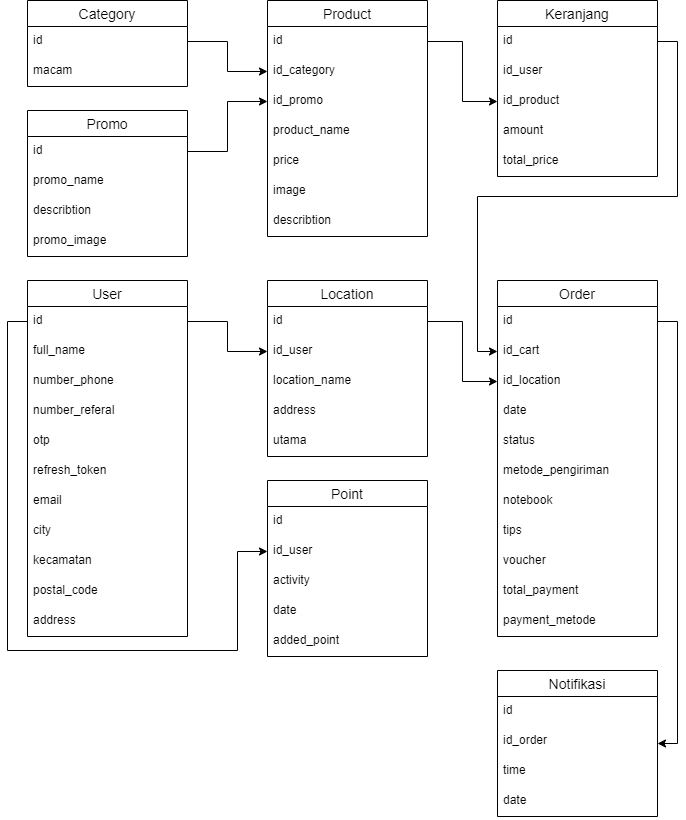
Above: ERD Lengkap.png in Yayan-SRA/Tugas01_Azuralabs (draw.io), before the change. Source tidied: cells renumbered, new cells last; positions are measured from the earlier drawing's top-left corner, leaving out a move shared by most shapes.
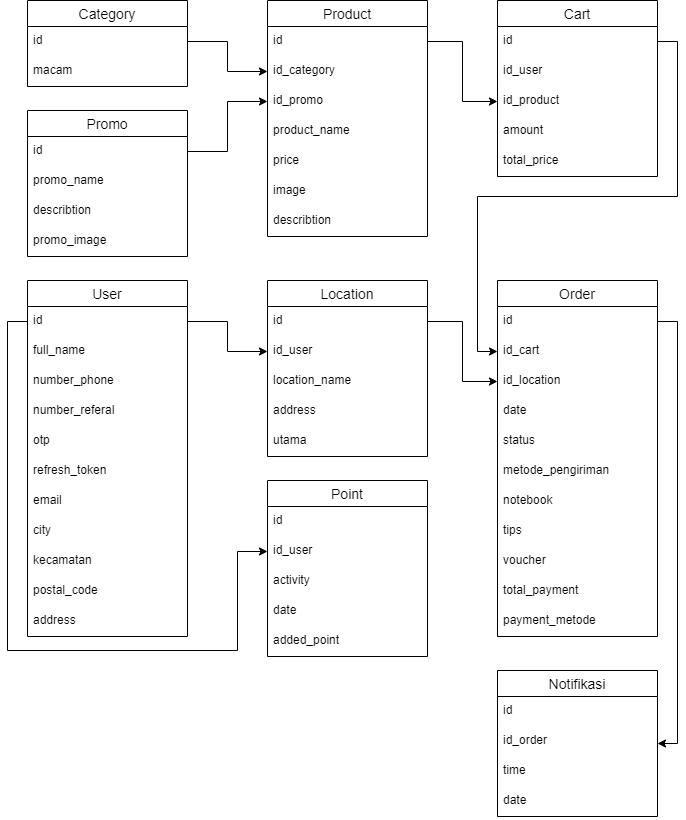
After the commit.

Diff of the diagram source:
```diff
@@ -95,7 +95,7 @@
     <mxCell id="32" style="edgeStyle=orthogonalEdgeStyle;rounded=0;jettySize=auto;html=1;exitX=1;exitY=0.5;exitDx=0;exitDy=0;entryX=0;entryY=0.5;entryDx=0;entryDy=0;" parent="1" edge="1" source="34" target="41">
       <mxGeometry relative="1" as="geometry" />
     </mxCell>
-    <mxCell id="33" value="Keranjang" style="swimlane;fontStyle=0;horizontal=1;startSize=26;align=center;fontSize=14;" parent="1" vertex="1">
+    <mxCell id="33" value="Cart" style="swimlane;fontStyle=0;horizontal=1;startSize=26;align=center;fontSize=14;" parent="1" vertex="1">
       <mxGeometry x="490" width="160" height="176" as="geometry" />
     </mxCell>
     <mxCell id="34" value="id" style="text;strokeColor=none;fillColor=none;spacingLeft=4;spacingRight=4;overflow=hidden;points=[[0,0.5],[1,0.5]];portConstraint=eastwest;fontSize=12;" parent="33" vertex="1">
```
